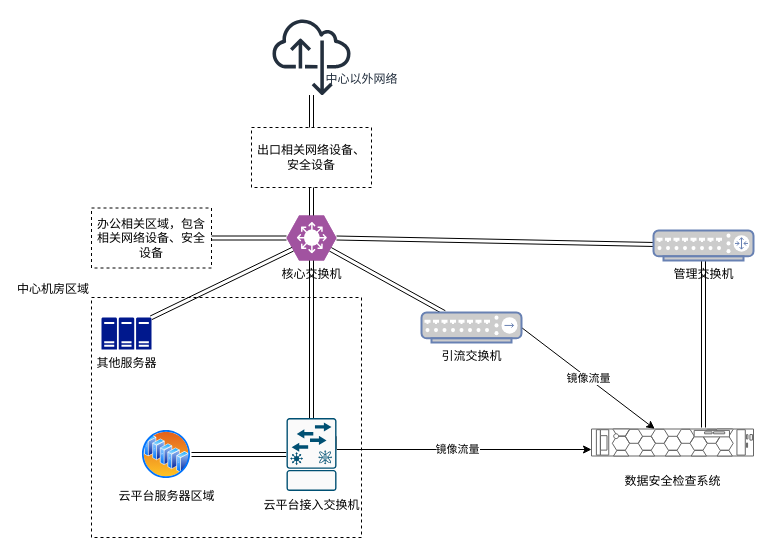
Above: 未命名绘图.drawio in xyer-yu/test (draw.io), before the change. Source tidied: cells renumbered, new cells numbered last; positions are measured from the earlier drawing's top-left corner, leaving out a move shared by most shapes. Both pictures are drawn from the tidied source at 100%, with x=0, y=0 at pixel (91, 17). Pictures stored in the file or linked from it are replaced by grey dashed boxes.
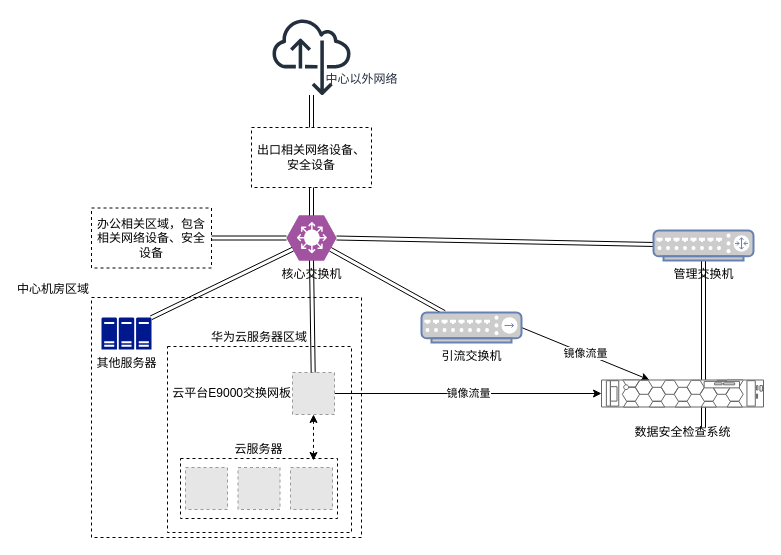
After the change.

The change refers to these unchanged cells:
```xml
<mxCell id="6" value="核心交换机" style="verticalLabelPosition=bottom;sketch=0;html=1;fillColor=#A153A0;strokeColor=#ffffff;verticalAlign=top;align=center;points=[[0,0.5,0],[0.125,0.25,0],[0.25,0,0],[0.5,0,0],[0.75,0,0],[0.875,0.25,0],[1,0.5,0],[0.875,0.75,0],[0.75,1,0],[0.5,1,0],[0.125,0.75,0]];shape=mxgraph.cisco_safe.compositeIcon;bgIcon=mxgraph.cisco_safe.design.blank_device;resIcon=mxgraph.cisco_safe.design.l3_switch;" parent="1" vertex="1">
  <mxGeometry x="195" y="198" width="50" height="45" as="geometry" />
</mxCell>
```

What changed in the source:
```diff
@@
-    <mxCell id="7" style="edgeStyle=none;rounded=0;jettySize=auto;html=1;shape=link;" parent="1" edge="1" source="9" target="19">
-      <mxGeometry relative="1" as="geometry" />
-    </mxCell>
-    <mxCell id="8" value="镜像流量" style="edgeStyle=orthogonalEdgeStyle;rounded=0;jettySize=auto;html=1;exitX=1;exitY=0.25;exitDx=0;exitDy=0;exitPerimeter=0;" parent="1" edge="1" source="9" target="23">
-      <mxGeometry relative="1" as="geometry">
-        <Array as="points">
-          <mxPoint x="245" y="432" />
-        </Array>
-      </mxGeometry>
-    </mxCell>
-    <mxCell id="9" value="云平台接入交换机" style="sketch=0;points=[[0.015,0.015,0],[0.985,0.015,0],[0.985,0.985,0],[0.015,0.985,0],[0.25,0,0],[0.5,0,0],[0.75,0,0],[1,0.25,0],[1,0.5,0],[1,0.75,0],[0.75,1,0],[0.5,1,0],[0.25,1,0],[0,0.75,0],[0,0.5,0],[0,0.25,0]];verticalLabelPosition=bottom;html=1;verticalAlign=top;align=center;shape=mxgraph.cisco19.rect;prIcon=fibre_channel_fabric_switch;fillColor=#FAFAFA;strokeColor=#005073;" parent="1" vertex="1">
-      <mxGeometry x="195" y="400.5" width="50" height="73" as="geometry" />
-    </mxCell>
@@
-    <mxCell id="19" value="云平台服务器区域" style="image;perimeter=ellipsePerimeter;html=1;align=center;shadow=0;dashed=0;spacingTop=3;image=img/lib/active_directory/server_farm.svg;" parent="1" vertex="1">
-      <mxGeometry x="50" y="412" width="50" height="50" as="geometry" />
-    </mxCell>
@@
-    <mxCell id="22" style="edgeStyle=none;rounded=0;jettySize=auto;html=1;exitX=0.5;exitY=1;exitDx=0;exitDy=0;exitPerimeter=0;shape=link;" parent="1" edge="1" source="6" target="9">
-      <mxGeometry relative="1" as="geometry" />
-    </mxCell>
     <mxCell id="23" value="&lt;p style=&quot;line-height: 100%;&quot;&gt;数据安全检查系统&lt;br&gt;&lt;/p&gt;" style="strokeColor=#666666;html=1;labelPosition=center;align=center;spacingLeft=0;shadow=0;dashed=0;outlineConnect=0;shape=mxgraph.rack.dell.poweredge_r540;verticalLabelPosition=bottom;verticalAlign=top;" parent="1" vertex="1">
-      <mxGeometry x="500" y="411.5" width="162" height="27" as="geometry" />
+      <mxGeometry x="510" y="362.5" width="162" height="27" as="geometry" />
     </mxCell>
+    <mxCell id="24" value="华为云服务器区域" style="rounded=0;whiteSpace=wrap;html=1;labelPosition=center;verticalLabelPosition=top;align=center;verticalAlign=bottom;dashed=1;" parent="1" vertex="1">
+      <mxGeometry x="76" y="329" width="184" height="186" as="geometry" />
+    </mxCell>
+    <mxCell id="8" value="镜像流量" style="edgeStyle=none;rounded=0;jettySize=auto;html=1;exitX=1;exitY=0.5;exitDx=0;exitDy=0;" parent="1" edge="1" source="25" target="23">
+      <mxGeometry relative="1" as="geometry" />
+    </mxCell>
+    <mxCell id="25" value="云平台E9000交换网板" style="fillColor=#E6E6E6;strokeColor=#999999;dashed=1;html=1;verticalAlign=middle;verticalLabelPosition=middle;labelBackgroundColor=#ffffff;labelPosition=left;align=right;" parent="1" vertex="1">
+      <mxGeometry x="201" y="355" width="42" height="42" as="geometry" />
+    </mxCell>
+    <mxCell id="26" value="云服务器" style="rounded=0;whiteSpace=wrap;html=1;labelPosition=center;verticalLabelPosition=top;align=center;verticalAlign=bottom;dashed=1;" parent="1" vertex="1">
+      <mxGeometry x="89" y="441" width="157" height="60" as="geometry" />
+    </mxCell>
+    <mxCell id="27" style="fillColor=#E6E6E6;strokeColor=#999999;dashed=1;html=1;verticalAlign=top;verticalLabelPosition=bottom;labelBackgroundColor=#ffffff;" parent="1" vertex="1">
+      <mxGeometry x="146.5" y="450" width="42" height="42" as="geometry" />
+    </mxCell>
+    <mxCell id="28" style="fillColor=#E6E6E6;strokeColor=#999999;dashed=1;html=1;verticalAlign=top;verticalLabelPosition=bottom;labelBackgroundColor=#ffffff;" parent="1" vertex="1">
+      <mxGeometry x="199" y="450" width="42" height="42" as="geometry" />
+    </mxCell>
+    <mxCell id="29" style="fillColor=#E6E6E6;strokeColor=#999999;dashed=1;html=1;verticalAlign=top;verticalLabelPosition=bottom;labelBackgroundColor=#ffffff;" parent="1" vertex="1">
+      <mxGeometry x="94" y="450" width="42" height="42" as="geometry" />
+    </mxCell>
+    <mxCell id="30" style="edgeStyle=none;rounded=0;jettySize=auto;html=1;exitX=0.5;exitY=1;exitDx=0;exitDy=0;exitPerimeter=0;shape=link;" parent="1" edge="1" source="6" target="25">
+      <mxGeometry relative="1" as="geometry" />
+    </mxCell>
+    <mxCell id="31" style="rounded=0;jettySize=auto;html=1;exitX=0.5;exitY=1;exitDx=0;exitDy=0;entryX=0.847;entryY=0.033;entryDx=0;entryDy=0;entryPerimeter=0;dashed=1;startArrow=classic;startFill=1;" parent="1" edge="1" source="25" target="26">
+      <mxGeometry relative="1" as="geometry" />
+    </mxCell>
```
